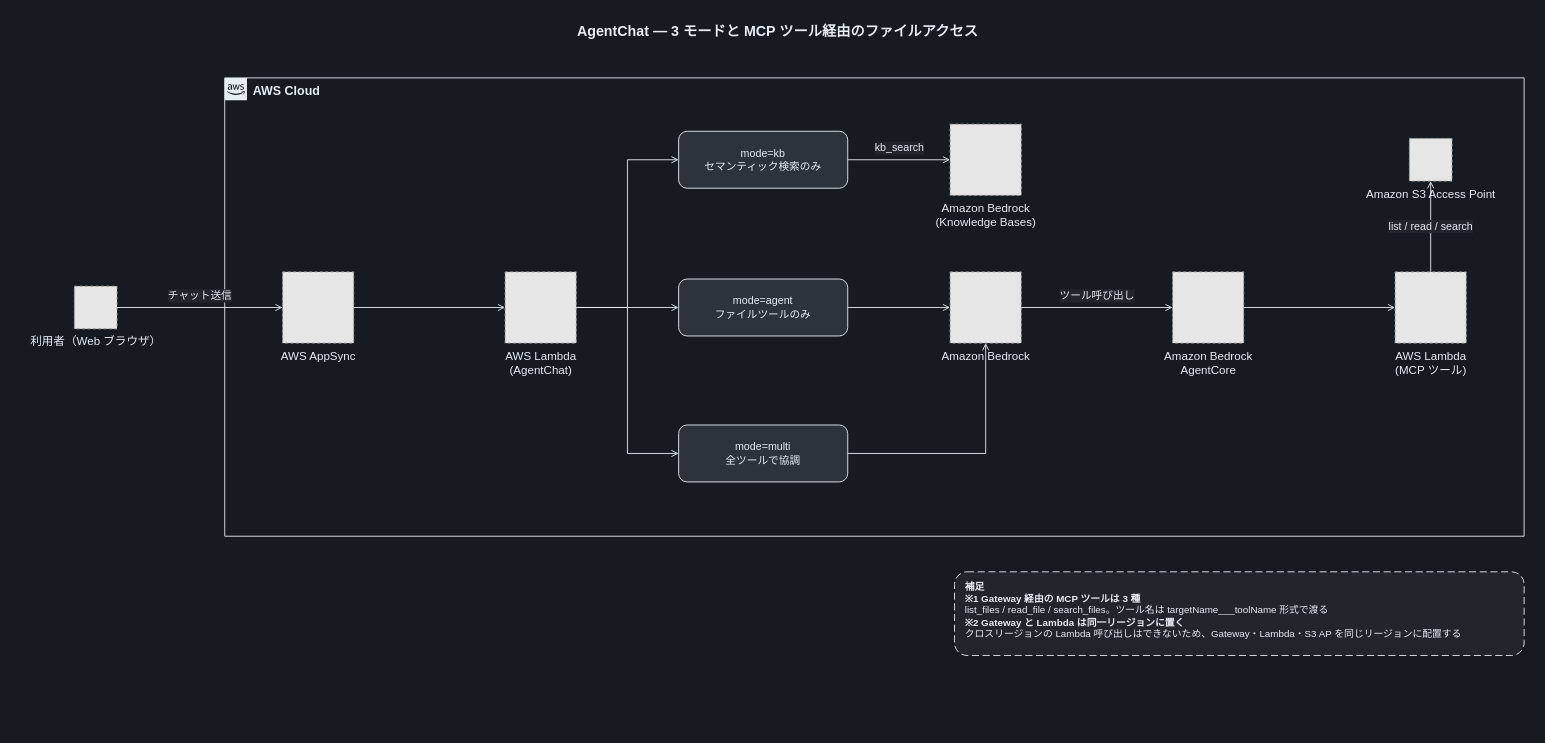
Yoshiki0705/FSx-for-ONTAP-S3AccessPoints-Serverless-Patterns keeps this draw.io diagram as docs/diagrams/dark/part3-agentchat-modes.drawio. Above is the earlier version. Source tidied: cells renumbered, new cells numbered last; positions are measured from the earlier drawing's top-left corner, leaving out a move shared by most shapes. Both pictures are drawn from the tidied source at 89%, with x=0, y=0 at pixel (30, 15). Pictures stored in the file or linked from it are replaced by grey dashed boxes.
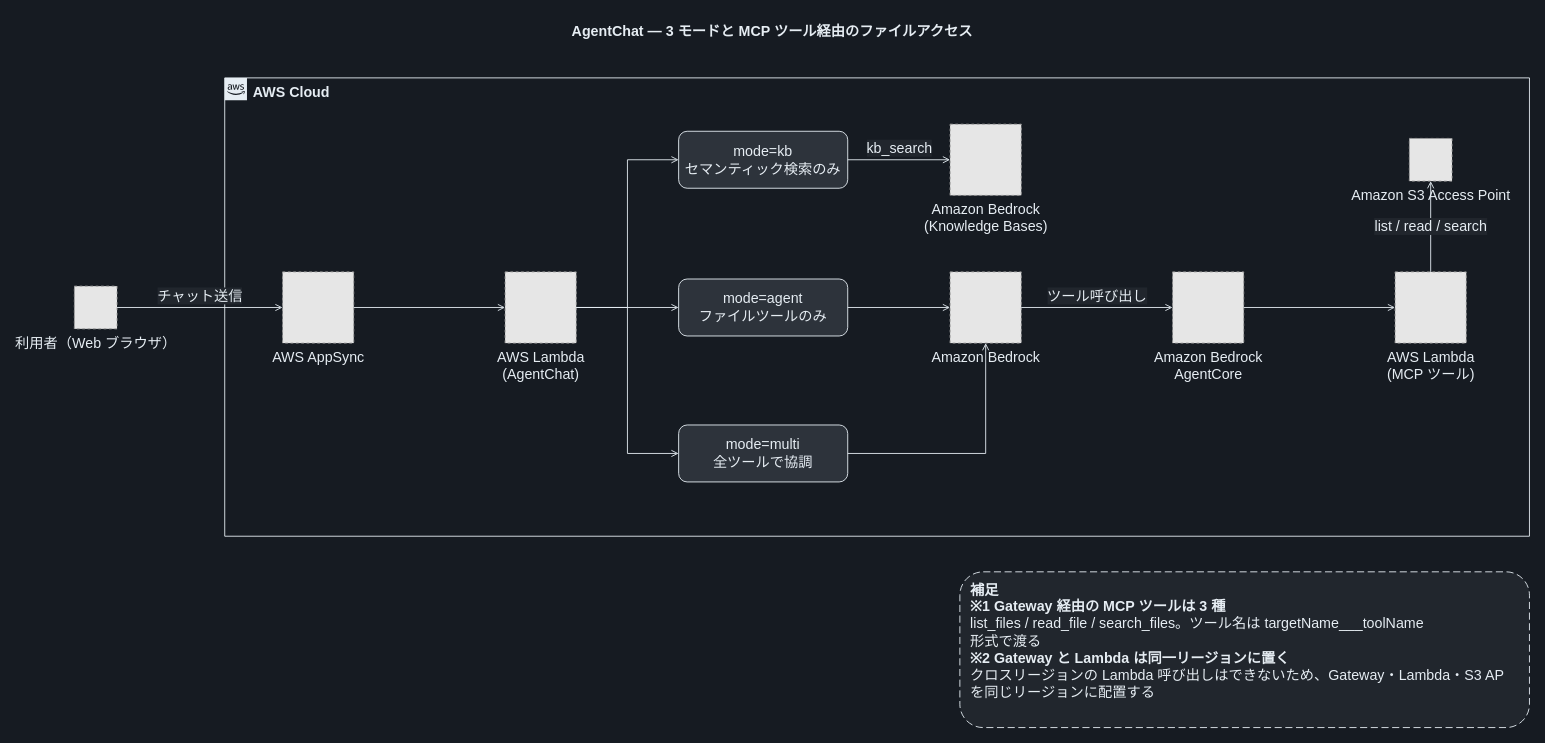
Above is the later version.

Diff of the diagram source:
```diff
@@
     <mxCell id="2" value="AgentChat — 3 モードと MCP ツール経由のファイルアクセス" style="text;html=1;align=center;verticalAlign=middle;fontSize=16;fontStyle=1;fontColor=#E6EDF3;" parent="1" vertex="1">
-      <mxGeometry width="1678" height="34" as="geometry" />
+      <mxGeometry x="-17" width="1700" height="34" as="geometry" />
     </mxCell>
-    <mxCell id="3" value="AWS Cloud" style="gradientColor=none;html=1;whiteSpace=wrap;fontSize=14;fontStyle=1;shape=mxgraph.aws4.group;grIcon=mxgraph.aws4.group_aws_cloud_alt;strokeColor=#E6EDF3;fillColor=none;verticalAlign=top;align=left;spacingLeft=30;fontColor=#E6EDF3;dashed=0;" parent="1" vertex="1">
-      <mxGeometry x="218" y="70" width="1460" height="515" as="geometry" />
+    <mxCell id="3" value="AWS Cloud" style="gradientColor=none;html=1;whiteSpace=wrap;fontSize=16;fontStyle=1;shape=mxgraph.aws4.group;grIcon=mxgraph.aws4.group_aws_cloud_alt;strokeColor=#E6EDF3;fillColor=none;verticalAlign=top;align=left;spacingLeft=30;fontColor=#E6EDF3;dashed=0;" parent="1" vertex="1">
+      <mxGeometry x="218" y="70" width="1466" height="515" as="geometry" />
     </mxCell>
-    <mxCell id="4" value="利用者（Web ブラウザ）" style="fillColor=#E6E6E6;strokeColor=#999999;dashed=1;html=1;verticalLabelPosition=bottom;verticalAlign=top;labelPosition=center;align=center;fontSize=13;fontColor=#E6EDF3;" parent="1" vertex="1">
+    <mxCell id="4" value="利用者（Web ブラウザ）" style="fillColor=#E6E6E6;strokeColor=#999999;dashed=1;html=1;verticalLabelPosition=bottom;verticalAlign=top;labelPosition=center;align=center;fontSize=16;fontColor=#E6EDF3;" parent="1" vertex="1">
       <mxGeometry x="49" y="304" width="48" height="48" as="geometry" />
     </mxCell>
-    <mxCell id="5" value="AWS AppSync" style="fillColor=#E6E6E6;strokeColor=#999999;dashed=1;html=1;verticalLabelPosition=bottom;verticalAlign=top;labelPosition=center;align=center;fontSize=13;fontColor=#E6EDF3;" parent="1" vertex="1">
+    <mxCell id="5" value="AWS AppSync" style="fillColor=#E6E6E6;strokeColor=#999999;dashed=1;html=1;verticalLabelPosition=bottom;verticalAlign=top;labelPosition=center;align=center;fontSize=16;fontColor=#E6EDF3;" parent="1" vertex="1">
       <mxGeometry x="283" y="288" width="80" height="80" as="geometry" />
     </mxCell>
-    <mxCell id="6" value="AWS Lambda&lt;br&gt;(AgentChat)" style="fillColor=#E6E6E6;strokeColor=#999999;dashed=1;html=1;verticalLabelPosition=bottom;verticalAlign=top;labelPosition=center;align=center;fontSize=13;fontColor=#E6EDF3;" parent="1" vertex="1">
+    <mxCell id="6" value="AWS Lambda&lt;br&gt;(AgentChat)" style="fillColor=#E6E6E6;strokeColor=#999999;dashed=1;html=1;verticalLabelPosition=bottom;verticalAlign=top;labelPosition=center;align=center;fontSize=16;fontColor=#E6EDF3;" parent="1" vertex="1">
       <mxGeometry x="533" y="288" width="80" height="80" as="geometry" />
     </mxCell>
-    <mxCell id="7" value="mode=kb&lt;br&gt;セマンティック検索のみ" style="rounded=1;whiteSpace=wrap;html=1;dashed=0;strokeColor=#E6EDF3;fillColor=#2D333B;align=center;verticalAlign=middle;fontSize=12;fontColor=#E6EDF3;" parent="1" vertex="1">
+    <mxCell id="7" value="mode=kb&lt;br&gt;セマンティック検索のみ" style="rounded=1;whiteSpace=wrap;html=1;dashed=0;strokeColor=#E6EDF3;fillColor=#2D333B;align=center;verticalAlign=middle;fontSize=16;fontColor=#E6EDF3;" parent="1" vertex="1">
       <mxGeometry x="728" y="130" width="190" height="64" as="geometry" />
     </mxCell>
-    <mxCell id="8" value="mode=agent&lt;br&gt;ファイルツールのみ" style="rounded=1;whiteSpace=wrap;html=1;dashed=0;strokeColor=#E6EDF3;fillColor=#2D333B;align=center;verticalAlign=middle;fontSize=12;fontColor=#E6EDF3;" parent="1" vertex="1">
+    <mxCell id="8" value="mode=agent&lt;br&gt;ファイルツールのみ" style="rounded=1;whiteSpace=wrap;html=1;dashed=0;strokeColor=#E6EDF3;fillColor=#2D333B;align=center;verticalAlign=middle;fontSize=16;fontColor=#E6EDF3;" parent="1" vertex="1">
       <mxGeometry x="728" y="296" width="190" height="64" as="geometry" />
     </mxCell>
-    <mxCell id="9" value="mode=multi&lt;br&gt;全ツールで協調" style="rounded=1;whiteSpace=wrap;html=1;dashed=0;strokeColor=#E6EDF3;fillColor=#2D333B;align=center;verticalAlign=middle;fontSize=12;fontColor=#E6EDF3;" parent="1" vertex="1">
+    <mxCell id="9" value="mode=multi&lt;br&gt;全ツールで協調" style="rounded=1;whiteSpace=wrap;html=1;dashed=0;strokeColor=#E6EDF3;fillColor=#2D333B;align=center;verticalAlign=middle;fontSize=16;fontColor=#E6EDF3;" parent="1" vertex="1">
       <mxGeometry x="728" y="460" width="190" height="64" as="geometry" />
     </mxCell>
-    <mxCell id="10" value="Amazon Bedrock&lt;br&gt;(Knowledge Bases)" style="fillColor=#E6E6E6;strokeColor=#999999;dashed=1;html=1;verticalLabelPosition=bottom;verticalAlign=top;labelPosition=center;align=center;fontSize=13;fontColor=#E6EDF3;" parent="1" vertex="1">
+    <mxCell id="10" value="Amazon Bedrock&lt;br&gt;(Knowledge Bases)" style="fillColor=#E6E6E6;strokeColor=#999999;dashed=1;html=1;verticalLabelPosition=bottom;verticalAlign=top;labelPosition=center;align=center;fontSize=16;fontColor=#E6EDF3;" parent="1" vertex="1">
       <mxGeometry x="1033" y="122" width="80" height="80" as="geometry" />
     </mxCell>
-    <mxCell id="11" value="Amazon Bedrock" style="fillColor=#E6E6E6;strokeColor=#999999;dashed=1;html=1;verticalLabelPosition=bottom;verticalAlign=top;labelPosition=center;align=center;fontSize=13;fontColor=#E6EDF3;" parent="1" vertex="1">
+    <mxCell id="11" value="Amazon Bedrock" style="fillColor=#E6E6E6;strokeColor=#999999;dashed=1;html=1;verticalLabelPosition=bottom;verticalAlign=top;labelPosition=center;align=center;fontSize=16;fontColor=#E6EDF3;" parent="1" vertex="1">
       <mxGeometry x="1033" y="288" width="80" height="80" as="geometry" />
     </mxCell>
-    <mxCell id="12" value="Amazon Bedrock&lt;br&gt;AgentCore" style="fillColor=#E6E6E6;strokeColor=#999999;dashed=1;html=1;verticalLabelPosition=bottom;verticalAlign=top;labelPosition=center;align=center;fontSize=13;fontColor=#E6EDF3;" parent="1" vertex="1">
+    <mxCell id="12" value="Amazon Bedrock&lt;br&gt;AgentCore" style="fillColor=#E6E6E6;strokeColor=#999999;dashed=1;html=1;verticalLabelPosition=bottom;verticalAlign=top;labelPosition=center;align=center;fontSize=16;fontColor=#E6EDF3;" parent="1" vertex="1">
       <mxGeometry x="1283" y="288" width="80" height="80" as="geometry" />
     </mxCell>
-    <mxCell id="13" value="AWS Lambda&lt;br&gt;(MCP ツール)" style="fillColor=#E6E6E6;strokeColor=#999999;dashed=1;html=1;verticalLabelPosition=bottom;verticalAlign=top;labelPosition=center;align=center;fontSize=13;fontColor=#E6EDF3;" parent="1" vertex="1">
+    <mxCell id="13" value="AWS Lambda&lt;br&gt;(MCP ツール)" style="fillColor=#E6E6E6;strokeColor=#999999;dashed=1;html=1;verticalLabelPosition=bottom;verticalAlign=top;labelPosition=center;align=center;fontSize=16;fontColor=#E6EDF3;" parent="1" vertex="1">
       <mxGeometry x="1533" y="288" width="80" height="80" as="geometry" />
     </mxCell>
-    <mxCell id="14" value="Amazon S3 Access Point" style="fillColor=#E6E6E6;strokeColor=#999999;dashed=1;html=1;verticalLabelPosition=bottom;verticalAlign=top;labelPosition=center;align=center;fontSize=13;fontColor=#E6EDF3;" parent="1" vertex="1">
+    <mxCell id="14" value="Amazon S3 Access Point" style="fillColor=#E6E6E6;strokeColor=#999999;dashed=1;html=1;verticalLabelPosition=bottom;verticalAlign=top;labelPosition=center;align=center;fontSize=16;fontColor=#E6EDF3;" parent="1" vertex="1">
       <mxGeometry x="1549" y="138" width="48" height="48" as="geometry" />
     </mxCell>
-    <mxCell id="15" value="チャット送信" style="edgeStyle=orthogonalEdgeStyle;rounded=0;jettySize=auto;html=1;endArrow=open;endFill=0;strokeColor=#E6EDF3;strokeWidth=1;fontSize=12;fontColor=#E6EDF3;labelBackgroundColor=#21262D;" parent="1" edge="1" source="4" target="5">
+    <mxCell id="15" value="チャット送信" style="edgeStyle=orthogonalEdgeStyle;rounded=0;jettySize=auto;html=1;endArrow=open;endFill=0;strokeColor=#E6EDF3;strokeWidth=1;fontSize=16;fontColor=#E6EDF3;labelBackgroundColor=#21262D;" parent="1" edge="1" source="4" target="5">
       <mxGeometry relative="1" as="geometry">
         <mxPoint y="-13" as="offset" />
       </mxGeometry>
     </mxCell>
-    <mxCell id="16" style="edgeStyle=orthogonalEdgeStyle;rounded=0;jettySize=auto;html=1;endArrow=open;endFill=0;strokeColor=#E6EDF3;strokeWidth=1;fontSize=12;fontColor=#E6EDF3;labelBackgroundColor=#21262D;" parent="1" edge="1" source="5" target="6">
+    <mxCell id="16" style="edgeStyle=orthogonalEdgeStyle;rounded=0;jettySize=auto;html=1;endArrow=open;endFill=0;strokeColor=#E6EDF3;strokeWidth=1;fontSize=16;fontColor=#E6EDF3;labelBackgroundColor=#21262D;" parent="1" edge="1" source="5" target="6">
       <mxGeometry relative="1" as="geometry" />
     </mxCell>
-    <mxCell id="17" style="edgeStyle=orthogonalEdgeStyle;rounded=0;jettySize=auto;html=1;endArrow=open;endFill=0;strokeColor=#E6EDF3;strokeWidth=1;fontSize=12;fontColor=#E6EDF3;labelBackgroundColor=#21262D;exitX=1;exitY=0.5;exitDx=0;exitDy=0;entryX=0;entryY=0.5;entryDx=0;entryDy=0;" parent="1" edge="1" source="6" target="7">
+    <mxCell id="17" style="edgeStyle=orthogonalEdgeStyle;rounded=0;jettySize=auto;html=1;endArrow=open;endFill=0;strokeColor=#E6EDF3;strokeWidth=1;fontSize=16;fontColor=#E6EDF3;labelBackgroundColor=#21262D;exitX=1;exitY=0.5;exitDx=0;exitDy=0;entryX=0;entryY=0.5;entryDx=0;entryDy=0;" parent="1" edge="1" source="6" target="7">
       <mxGeometry relative="1" as="geometry" />
     </mxCell>
-    <mxCell id="18" style="edgeStyle=orthogonalEdgeStyle;rounded=0;jettySize=auto;html=1;endArrow=open;endFill=0;strokeColor=#E6EDF3;strokeWidth=1;fontSize=12;fontColor=#E6EDF3;labelBackgroundColor=#21262D;exitX=1;exitY=0.5;exitDx=0;exitDy=0;entryX=0;entryY=0.5;entryDx=0;entryDy=0;" parent="1" edge="1" source="6" target="8">
+    <mxCell id="18" style="edgeStyle=orthogonalEdgeStyle;rounded=0;jettySize=auto;html=1;endArrow=open;endFill=0;strokeColor=#E6EDF3;strokeWidth=1;fontSize=16;fontColor=#E6EDF3;labelBackgroundColor=#21262D;exitX=1;exitY=0.5;exitDx=0;exitDy=0;entryX=0;entryY=0.5;entryDx=0;entryDy=0;" parent="1" edge="1" source="6" target="8">
       <mxGeometry relative="1" as="geometry" />
     </mxCell>
-    <mxCell id="19" style="edgeStyle=orthogonalEdgeStyle;rounded=0;jettySize=auto;html=1;endArrow=open;endFill=0;strokeColor=#E6EDF3;strokeWidth=1;fontSize=12;fontColor=#E6EDF3;labelBackgroundColor=#21262D;exitX=1;exitY=0.5;exitDx=0;exitDy=0;entryX=0;entryY=0.5;entryDx=0;entryDy=0;" parent="1" edge="1" source="6" target="9">
+    <mxCell id="19" style="edgeStyle=orthogonalEdgeStyle;rounded=0;jettySize=auto;html=1;endArrow=open;endFill=0;strokeColor=#E6EDF3;strokeWidth=1;fontSize=16;fontColor=#E6EDF3;labelBackgroundColor=#21262D;exitX=1;exitY=0.5;exitDx=0;exitDy=0;entryX=0;entryY=0.5;entryDx=0;entryDy=0;" parent="1" edge="1" source="6" target="9">
       <mxGeometry relative="1" as="geometry" />
     </mxCell>
-    <mxCell id="20" value="kb_search" style="edgeStyle=orthogonalEdgeStyle;rounded=0;jettySize=auto;html=1;endArrow=open;endFill=0;strokeColor=#E6EDF3;strokeWidth=1;fontSize=12;fontColor=#E6EDF3;labelBackgroundColor=#21262D;" parent="1" edge="1" source="7" target="10">
+    <mxCell id="20" value="kb_search" style="edgeStyle=orthogonalEdgeStyle;rounded=0;jettySize=auto;html=1;endArrow=open;endFill=0;strokeColor=#E6EDF3;strokeWidth=1;fontSize=16;fontColor=#E6EDF3;labelBackgroundColor=#21262D;" parent="1" edge="1" source="7" target="10">
       <mxGeometry relative="1" as="geometry">
         <mxPoint y="-13" as="offset" />
       </mxGeometry>
     </mxCell>
-    <mxCell id="21" style="edgeStyle=orthogonalEdgeStyle;rounded=0;jettySize=auto;html=1;endArrow=open;endFill=0;strokeColor=#E6EDF3;strokeWidth=1;fontSize=12;fontColor=#E6EDF3;labelBackgroundColor=#21262D;" parent="1" edge="1" source="8" target="11">
+    <mxCell id="21" style="edgeStyle=orthogonalEdgeStyle;rounded=0;jettySize=auto;html=1;endArrow=open;endFill=0;strokeColor=#E6EDF3;strokeWidth=1;fontSize=16;fontColor=#E6EDF3;labelBackgroundColor=#21262D;" parent="1" edge="1" source="8" target="11">
       <mxGeometry relative="1" as="geometry" />
     </mxCell>
-    <mxCell id="22" style="edgeStyle=orthogonalEdgeStyle;rounded=0;jettySize=auto;html=1;endArrow=open;endFill=0;strokeColor=#E6EDF3;strokeWidth=1;fontSize=12;fontColor=#E6EDF3;labelBackgroundColor=#21262D;" parent="1" edge="1" source="9" target="11">
+    <mxCell id="22" style="edgeStyle=orthogonalEdgeStyle;rounded=0;jettySize=auto;html=1;endArrow=open;endFill=0;strokeColor=#E6EDF3;strokeWidth=1;fontSize=16;fontColor=#E6EDF3;labelBackgroundColor=#21262D;" parent="1" edge="1" source="9" target="11">
       <mxGeometry relative="1" as="geometry" />
     </mxCell>
-    <mxCell id="23" value="ツール呼び出し" style="edgeStyle=orthogonalEdgeStyle;rounded=0;jettySize=auto;html=1;endArrow=open;endFill=0;strokeColor=#E6EDF3;strokeWidth=1;fontSize=12;fontColor=#E6EDF3;labelBackgroundColor=#21262D;" parent="1" edge="1" source="11" target="12">
+    <mxCell id="23" value="ツール呼び出し" style="edgeStyle=orthogonalEdgeStyle;rounded=0;jettySize=auto;html=1;endArrow=open;endFill=0;strokeColor=#E6EDF3;strokeWidth=1;fontSize=16;fontColor=#E6EDF3;labelBackgroundColor=#21262D;" parent="1" edge="1" source="11" target="12">
       <mxGeometry relative="1" as="geometry">
         <mxPoint y="-13" as="offset" />
       </mxGeometry>
     </mxCell>
-    <mxCell id="24" style="edgeStyle=orthogonalEdgeStyle;rounded=0;jettySize=auto;html=1;endArrow=open;endFill=0;strokeColor=#E6EDF3;strokeWidth=1;fontSize=12;fontColor=#E6EDF3;labelBackgroundColor=#21262D;" parent="1" edge="1" source="12" target="13">
+    <mxCell id="24" style="edgeStyle=orthogonalEdgeStyle;rounded=0;jettySize=auto;html=1;endArrow=open;endFill=0;strokeColor=#E6EDF3;strokeWidth=1;fontSize=16;fontColor=#E6EDF3;labelBackgroundColor=#21262D;" parent="1" edge="1" source="12" target="13">
       <mxGeometry relative="1" as="geometry" />
     </mxCell>
-    <mxCell id="25" value="list / read / search" style="edgeStyle=orthogonalEdgeStyle;rounded=0;jettySize=auto;html=1;endArrow=open;endFill=0;strokeColor=#E6EDF3;strokeWidth=1;fontSize=12;fontColor=#E6EDF3;labelBackgroundColor=#21262D;" parent="1" edge="1" source="13" target="14">
+    <mxCell id="25" value="list / read / search" style="edgeStyle=orthogonalEdgeStyle;rounded=0;jettySize=auto;html=1;endArrow=open;endFill=0;strokeColor=#E6EDF3;strokeWidth=1;fontSize=16;fontColor=#E6EDF3;labelBackgroundColor=#21262D;" parent="1" edge="1" source="13" target="14">
       <mxGeometry relative="1" as="geometry" />
     </mxCell>
-    <mxCell id="26" value="&lt;b&gt;補足&lt;/b&gt;&lt;br&gt;&lt;b&gt;※1 Gateway 経由の MCP ツールは 3 種&lt;/b&gt;&lt;br&gt;list_files / read_file / search_files。ツール名は targetName___toolName 形式で渡る&lt;br&gt;&lt;b&gt;※2 Gateway と Lambda は同一リージョンに置く&lt;/b&gt;&lt;br&gt;クロスリージョンの Lambda 呼び出しはできないため、Gateway・Lambda・S3 AP を同じリージョンに配置する" style="rounded=1;whiteSpace=wrap;html=1;dashed=1;dashPattern=8 4;strokeColor=#E6EDF3;fillColor=#21262D;align=left;verticalAlign=top;spacingLeft=10;spacingTop=4;fontSize=11;fontColor=#E6EDF3;" parent="1" vertex="1">
-      <mxGeometry x="1038" y="625" width="640" height="94" as="geometry" />
+    <mxCell id="26" value="&lt;b&gt;補足&lt;/b&gt;&lt;br&gt;&lt;b&gt;※1 Gateway 経由の MCP ツールは 3 種&lt;/b&gt;&lt;br&gt;list_files / read_file / search_files。ツール名は targetName___toolName&lt;br&gt;形式で渡る&lt;br&gt;&lt;b&gt;※2 Gateway と Lambda は同一リージョンに置く&lt;/b&gt;&lt;br&gt;クロスリージョンの Lambda 呼び出しはできないため、Gateway・Lambda・S3 AP&lt;br&gt;を同じリージョンに配置する" style="rounded=1;whiteSpace=wrap;html=1;dashed=1;dashPattern=8 4;strokeColor=#E6EDF3;fillColor=#21262D;align=left;verticalAlign=top;spacingLeft=10;spacingTop=4;fontSize=16;fontColor=#E6EDF3;" parent="1" vertex="1">
+      <mxGeometry x="1044" y="625" width="640" height="175" as="geometry" />
     </mxCell>
```
